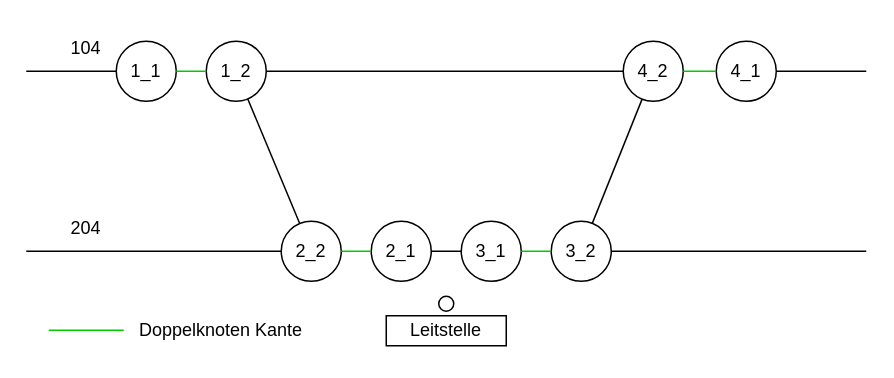
Earlier version of the draw.io diagram DachsburgGraphDVPractice.drawio (pascalreiss/draw_io_stuff). Source tidied: cells renumbered, new cells numbered last; positions are measured from the earlier drawing's top-left corner, leaving out a move shared by most shapes. Both pictures are drawn from the tidied source at 150%, with x=0, y=0 at pixel (26, 26).
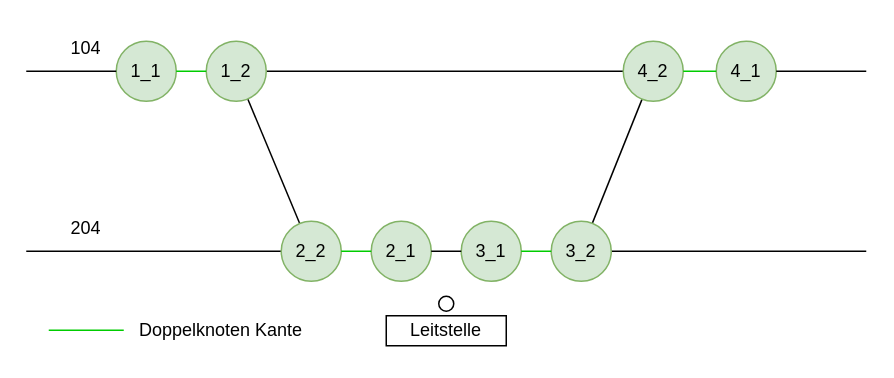
Above is the later version.

Change to the diagram source:
```diff
@@
-    <mxCell id="2" value="1_1" style="ellipse;whiteSpace=wrap;html=1;" parent="1" vertex="1">
+    <mxCell id="2" value="1_1" style="ellipse;whiteSpace=wrap;html=1;fillColor=#d5e8d4;strokeColor=#82b366;" parent="1" vertex="1">
       <mxGeometry x="60" y="10" width="40" height="40" as="geometry" />
     </mxCell>
-    <mxCell id="3" value="2_1" style="ellipse;whiteSpace=wrap;html=1;" parent="1" vertex="1">
+    <mxCell id="3" value="2_1" style="ellipse;whiteSpace=wrap;html=1;fillColor=#d5e8d4;strokeColor=#82b366;" parent="1" vertex="1">
       <mxGeometry x="230" y="130" width="40" height="40" as="geometry" />
     </mxCell>
-    <mxCell id="4" value="3_1" style="ellipse;whiteSpace=wrap;html=1;" parent="1" vertex="1">
+    <mxCell id="4" value="3_1" style="ellipse;whiteSpace=wrap;html=1;fillColor=#d5e8d4;strokeColor=#82b366;" parent="1" vertex="1">
       <mxGeometry x="290" y="130" width="40" height="40" as="geometry" />
     </mxCell>
-    <mxCell id="5" value="4_1" style="ellipse;whiteSpace=wrap;html=1;" parent="1" vertex="1">
+    <mxCell id="5" value="4_1" style="ellipse;whiteSpace=wrap;html=1;fillColor=#d5e8d4;strokeColor=#82b366;" parent="1" vertex="1">
       <mxGeometry x="460" y="10" width="40" height="40" as="geometry" />
     </mxCell>
@@
-    <mxCell id="18" value="1_2" style="ellipse;whiteSpace=wrap;html=1;" parent="1" vertex="1">
+    <mxCell id="18" value="1_2" style="ellipse;whiteSpace=wrap;html=1;fillColor=#d5e8d4;strokeColor=#82b366;" parent="1" vertex="1">
       <mxGeometry x="120" y="10" width="40" height="40" as="geometry" />
     </mxCell>
-    <mxCell id="19" value="2_2" style="ellipse;whiteSpace=wrap;html=1;" parent="1" vertex="1">
+    <mxCell id="19" value="2_2" style="ellipse;whiteSpace=wrap;html=1;fillColor=#d5e8d4;strokeColor=#82b366;" parent="1" vertex="1">
       <mxGeometry x="170" y="130" width="40" height="40" as="geometry" />
     </mxCell>
-    <mxCell id="20" value="3_2" style="ellipse;whiteSpace=wrap;html=1;" parent="1" vertex="1">
+    <mxCell id="20" value="3_2" style="ellipse;whiteSpace=wrap;html=1;fillColor=#d5e8d4;strokeColor=#82b366;" parent="1" vertex="1">
       <mxGeometry x="350" y="130" width="40" height="40" as="geometry" />
     </mxCell>
-    <mxCell id="21" value="4_2" style="ellipse;whiteSpace=wrap;html=1;" parent="1" vertex="1">
+    <mxCell id="21" value="4_2" style="ellipse;whiteSpace=wrap;html=1;fillColor=#d5e8d4;strokeColor=#82b366;" parent="1" vertex="1">
       <mxGeometry x="398" y="10" width="40" height="40" as="geometry" />
     </mxCell>
```
